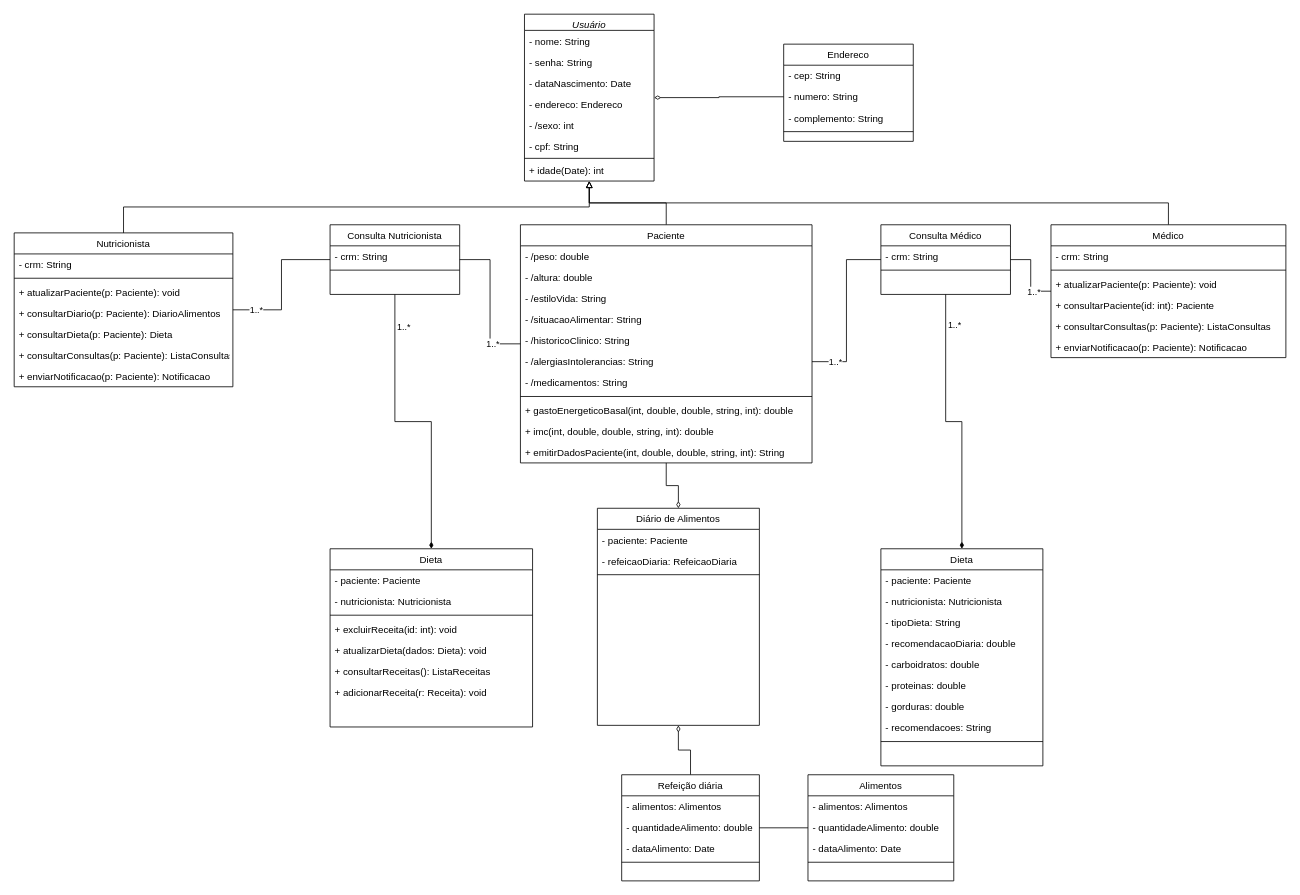
Before: diagrama_de_dominio.drawio in ProjetoDelimeterSite/DelimeterDocumantacao, a draw.io diagram. Source tidied: cells renumbered, new cells numbered last; positions are measured from the earlier drawing's top-left corner, leaving out a move shared by most shapes. Both pictures are drawn from the tidied source at 81%, with x=0, y=0 at pixel (14, 14).
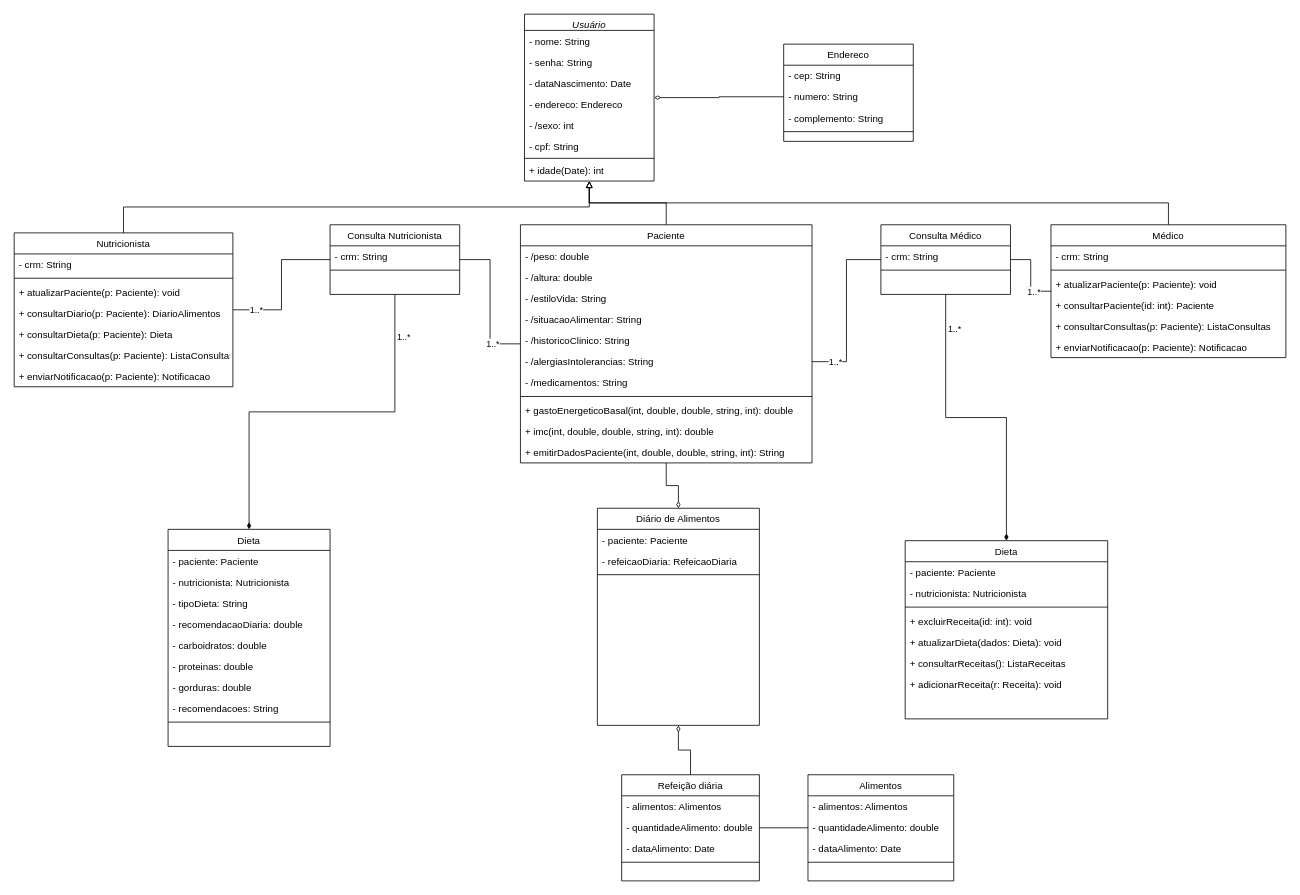
The same page after the edit.

Unchanged cells that the change refers to:
```xml
<mxCell id="56" value="Consulta Nutricionista" style="swimlane;fontStyle=0;align=center;verticalAlign=top;horizontal=1;startSize=26;rounded=0;shadow=0;strokeWidth=1;" parent="1" vertex="1">
  <mxGeometry x="390" y="260" width="160" height="86" as="geometry" />
</mxCell>
<mxCell id="69" value="Consulta Médico" style="swimlane;fontStyle=0;align=center;verticalAlign=top;horizontal=1;startSize=26;rounded=0;shadow=0;strokeWidth=1;" parent="1" vertex="1">
  <mxGeometry x="1070" y="260" width="160" height="86" as="geometry" />
</mxCell>
```

The edit, as a diff of the source:
```diff
@@
-    <mxCell id="50" style="edgeStyle=orthogonalEdgeStyle;rounded=0;jettySize=auto;html=1;entryX=0.5;entryY=0;entryDx=0;entryDy=0;endArrow=diamondThin;endFill=1;" parent="1" edge="1" source="56" target="59">
+    <mxCell id="50" style="edgeStyle=orthogonalEdgeStyle;rounded=0;jettySize=auto;html=1;endArrow=diamondThin;endFill=1;exitX=0.5;exitY=1;exitDx=0;exitDy=0;" parent="1" edge="1" source="69" target="59">
       <mxGeometry relative="1" as="geometry" />
     </mxCell>
@@
     <mxCell id="59" value="Dieta" style="swimlane;fontStyle=0;align=center;verticalAlign=top;horizontal=1;startSize=26;rounded=0;shadow=0;strokeWidth=1;" parent="1" vertex="1">
-      <mxGeometry x="390" y="660" width="250" height="220" as="geometry" />
+      <mxGeometry x="1100" y="650" width="250" height="220" as="geometry" />
     </mxCell>
@@
-    <mxCell id="67" style="edgeStyle=orthogonalEdgeStyle;rounded=0;jettySize=auto;html=1;entryX=0.5;entryY=0;entryDx=0;entryDy=0;endArrow=diamondThin;endFill=1;" parent="1" edge="1" source="69" target="72">
+    <mxCell id="67" style="edgeStyle=orthogonalEdgeStyle;rounded=0;jettySize=auto;html=1;entryX=0.5;entryY=0;entryDx=0;entryDy=0;endArrow=diamondThin;endFill=1;exitX=0.5;exitY=1;exitDx=0;exitDy=0;" parent="1" edge="1" source="56" target="72">
       <mxGeometry relative="1" as="geometry" />
     </mxCell>
@@
     <mxCell id="72" value="Dieta" style="swimlane;fontStyle=0;align=center;verticalAlign=top;horizontal=1;startSize=26;rounded=0;shadow=0;strokeWidth=1;" parent="1" vertex="1">
-      <mxGeometry x="1070" y="660" width="200" height="268" as="geometry" />
+      <mxGeometry x="190" y="636" width="200" height="268" as="geometry" />
     </mxCell>
```
